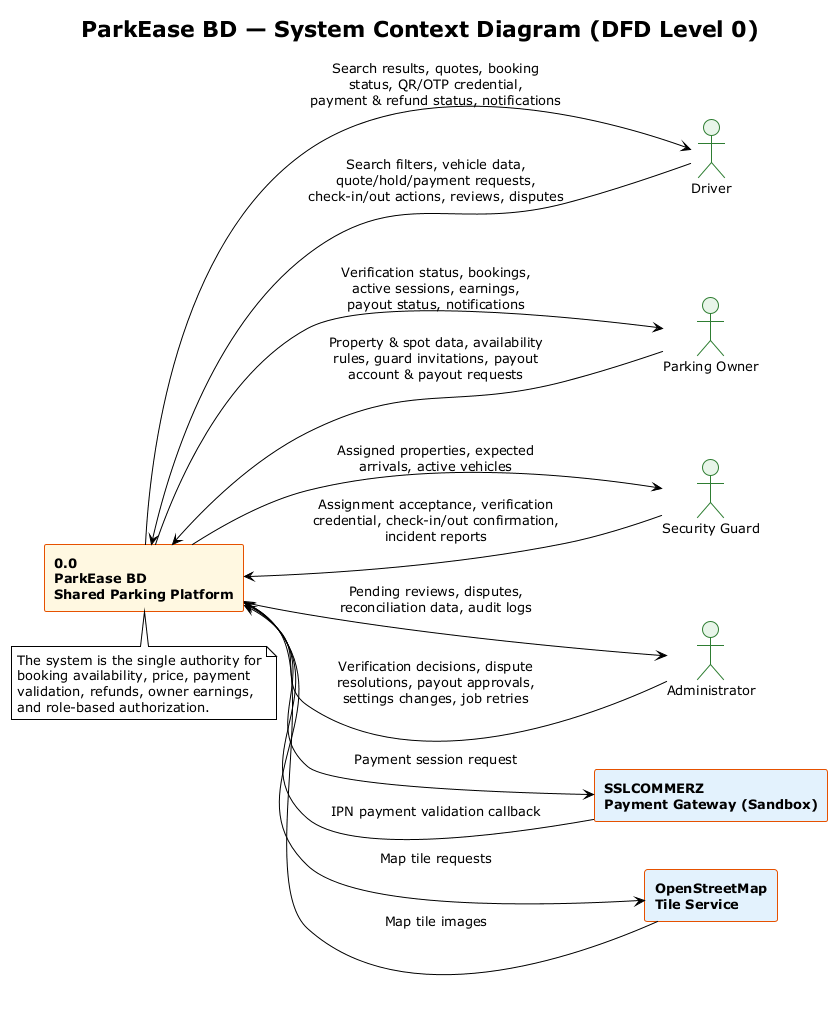
0xFaysal/se-lab-wake-up-to-reality keeps this PlantUML diagram as docs/diagrams/context-diagram.png. Above is the earlier version. Its diagram source:
```plantuml
@startuml context-diagram
!theme plain
title ParkEase BD — System Context Diagram (DFD Level 0)

skinparam backgroundColor white
skinparam shadowing false
skinparam defaultFontSize 13
skinparam rectangle {
  BackgroundColor #FFF8E1
  BorderColor #E65100
  FontStyle bold
}
skinparam actor {
  BackgroundColor #E8F5E9
  BorderColor #2E7D32
}

left to right direction

actor "Driver" as Driver
actor "Parking Owner" as Owner
actor "Security Guard" as Guard
actor "Administrator" as Admin

rectangle "0.0\nParkEase BD\nShared Parking Platform" as System

rectangle "SSLCOMMERZ\nPayment Gateway (Sandbox)" as SSL #E3F2FD
rectangle "OpenStreetMap\nTile Service" as OSM #E3F2FD

Driver --> System : Search filters, vehicle data,\nquote/hold/payment requests,\ncheck-in/out actions, reviews, disputes
System --> Driver : Search results, quotes, booking\nstatus, QR/OTP credential,\npayment & refund status, notifications

Owner --> System : Property & spot data, availability\nrules, guard invitations, payout\naccount & payout requests
System --> Owner : Verification status, bookings,\nactive sessions, earnings,\npayout status, notifications

Guard --> System : Assignment acceptance, verification\ncredential, check-in/out confirmation,\nincident reports
System --> Guard : Assigned properties, expected\narrivals, active vehicles

Admin --> System : Verification decisions, dispute\nresolutions, payout approvals,\nsettings changes, job retries
System --> Admin : Pending reviews, disputes,\nreconciliation data, audit logs

System --> SSL : Payment session request
SSL --> System : IPN payment validation callback

System --> OSM : Map tile requests
OSM --> System : Map tile images

note bottom of System
  The system is the single authority for
  booking availability, price, payment
  validation, refunds, owner earnings,
  and role-based authorization.
end note

@enduml
```
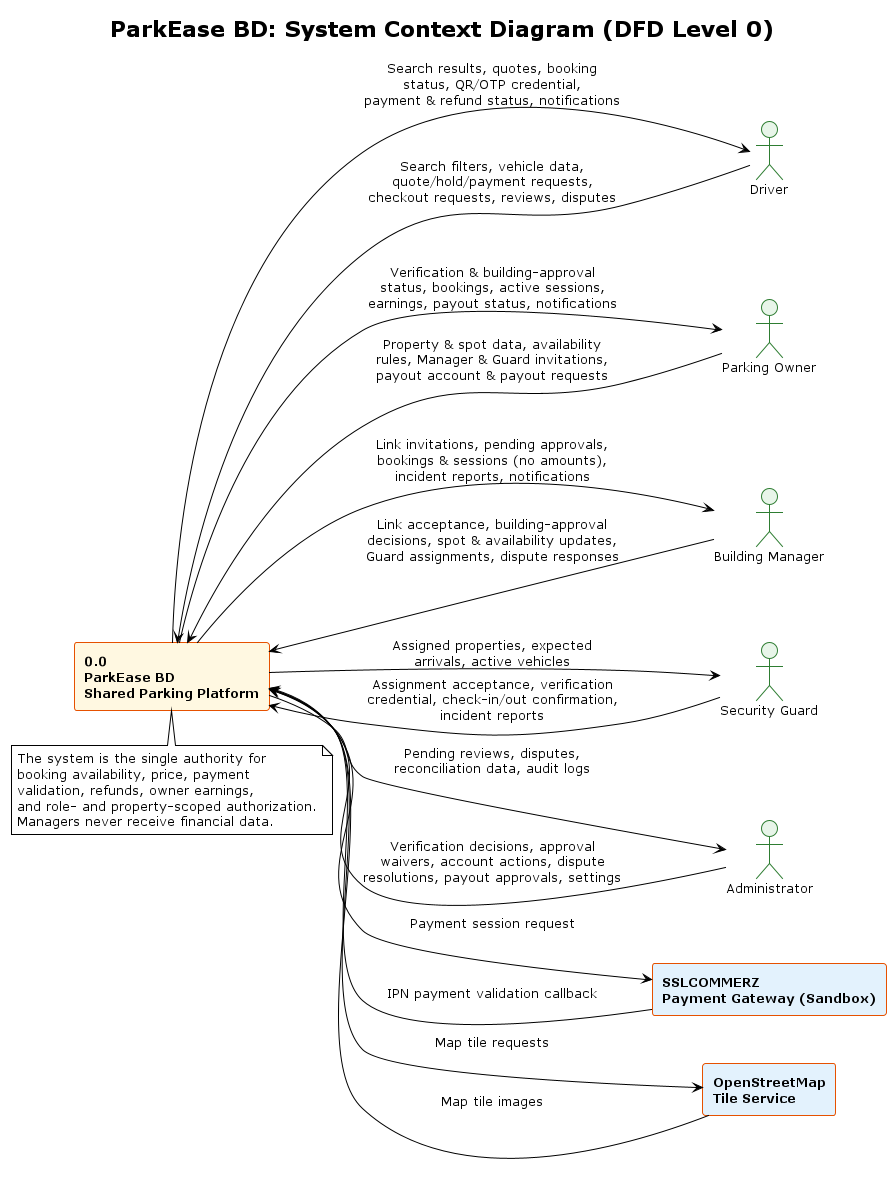
After the commit.

Commit message:
docs(srs): add Building Manager role and align SRS with develop

The edit, as a diff of the source:
```diff
@@ -1,6 +1,6 @@
 @startuml context-diagram
 !theme plain
-title ParkEase BD — System Context Diagram (DFD Level 0)
+title ParkEase BD: System Context Diagram (DFD Level 0)
 
 skinparam backgroundColor white
 skinparam shadowing false
@@ -19,6 +19,7 @@
 
 actor "Driver" as Driver
 actor "Parking Owner" as Owner
+actor "Building Manager" as Manager
 actor "Security Guard" as Guard
 actor "Administrator" as Admin
 
@@ -27,16 +28,19 @@
 rectangle "SSLCOMMERZ\nPayment Gateway (Sandbox)" as SSL #E3F2FD
 rectangle "OpenStreetMap\nTile Service" as OSM #E3F2FD
 
-Driver --> System : Search filters, vehicle data,\nquote/hold/payment requests,\ncheck-in/out actions, reviews, disputes
+Driver --> System : Search filters, vehicle data,\nquote/hold/payment requests,\ncheckout requests, reviews, disputes
 System --> Driver : Search results, quotes, booking\nstatus, QR/OTP credential,\npayment & refund status, notifications
 
-Owner --> System : Property & spot data, availability\nrules, guard invitations, payout\naccount & payout requests
-System --> Owner : Verification status, bookings,\nactive sessions, earnings,\npayout status, notifications
+Owner --> System : Property & spot data, availability\nrules, Manager & Guard invitations,\npayout account & payout requests
+System --> Owner : Verification & building-approval\nstatus, bookings, active sessions,\nearnings, payout status, notifications
+
+Manager --> System : Link acceptance, building-approval\ndecisions, spot & availability updates,\nGuard assignments, dispute responses
+System --> Manager : Link invitations, pending approvals,\nbookings & sessions (no amounts),\nincident reports, notifications
 
 Guard --> System : Assignment acceptance, verification\ncredential, check-in/out confirmation,\nincident reports
 System --> Guard : Assigned properties, expected\narrivals, active vehicles
 
-Admin --> System : Verification decisions, dispute\nresolutions, payout approvals,\nsettings changes, job retries
+Admin --> System : Verification decisions, approval\nwaivers, account actions, dispute\nresolutions, payout approvals, settings
 System --> Admin : Pending reviews, disputes,\nreconciliation data, audit logs
 
 System --> SSL : Payment session request
@@ -49,7 +53,8 @@
   The system is the single authority for
   booking availability, price, payment
   validation, refunds, owner earnings,
-  and role-based authorization.
+  and role- and property-scoped authorization.
+  Managers never receive financial data.
 end note
 
 @enduml
```
